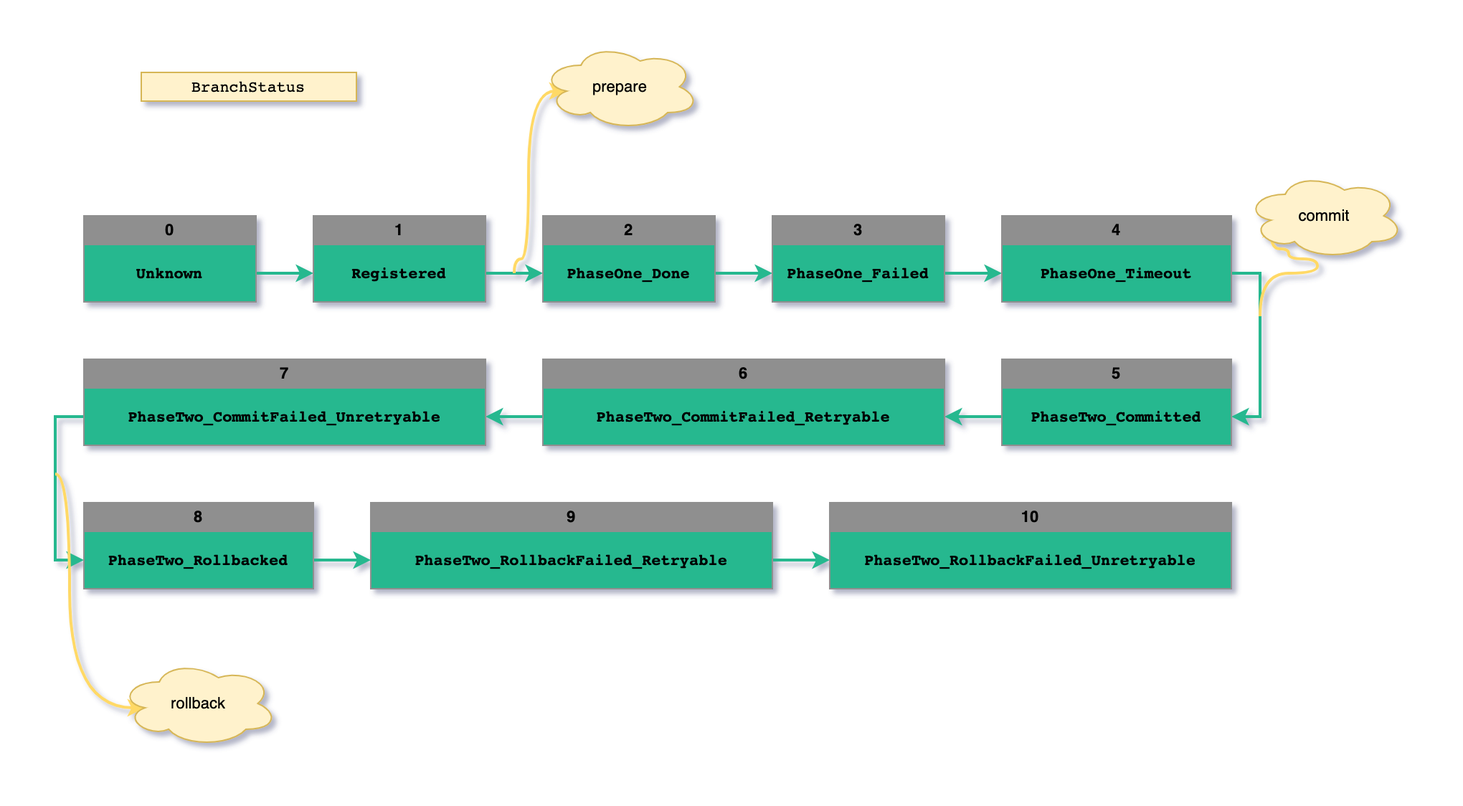
Before: seata/images/seata-BranchStatus.png, a diagram exported from draw.io (web1992/read). Source tidied: cells renumbered, new cells last; positions are measured from the earlier drawing's top-left corner, leaving out a move shared by most shapes.
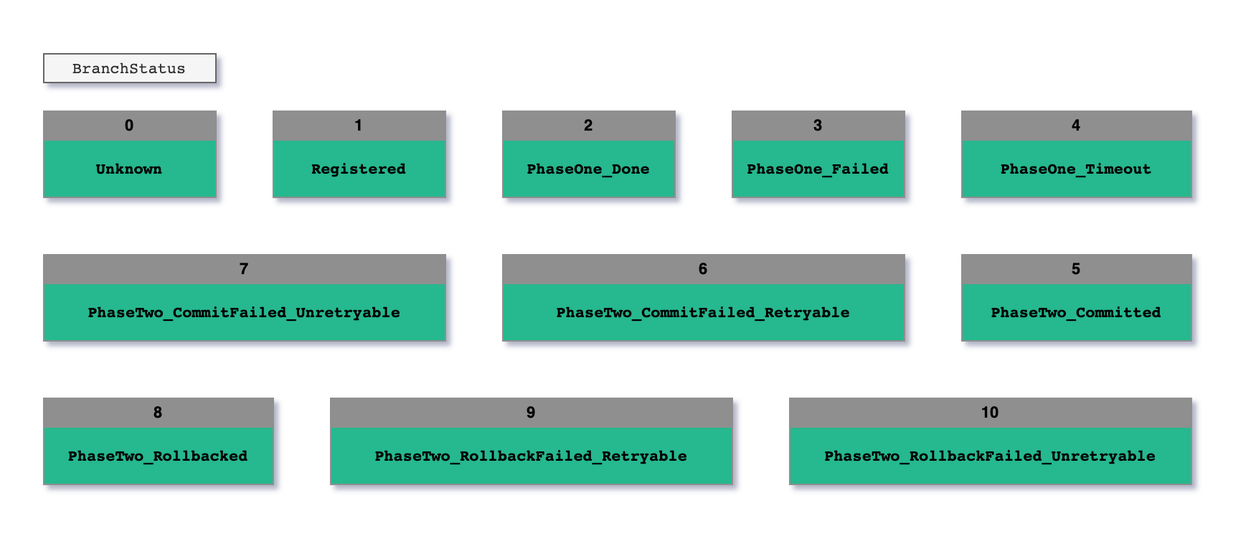
The same diagram one commit later.

Commit message:
add seata imgaes

The edit, as a diff of the source:
```diff
@@ -2,94 +2,33 @@
   <root>
     <mxCell id="0" />
     <mxCell id="1" parent="0" />
-    <mxCell id="2" style="edgeStyle=orthogonalEdgeStyle;rounded=0;jettySize=auto;html=1;exitX=1;exitY=0.5;exitDx=0;exitDy=0;entryX=0;entryY=0.5;entryDx=0;entryDy=0;fontColor=#000000;startArrow=none;startFill=0;strokeWidth=2;strokeColor=#25B88F;fontStyle=1;fontSize=11;" parent="1" edge="1" source="3" target="6">
-      <mxGeometry relative="1" as="geometry" />
-    </mxCell>
     <mxCell id="3" value="&lt;pre style=&quot;font-family: &amp;quot;jetbrains mono&amp;quot;, monospace; font-size: 11px;&quot;&gt;&lt;span style=&quot;font-size: 11px;&quot;&gt;Unknown&lt;/span&gt;&lt;/pre&gt;" style="rounded=0;whiteSpace=wrap;html=1;labelBackgroundColor=none;strokeColor=#8F8F8F;strokeWidth=1;fillColor=#25B88F;fontStyle=1;fontSize=11;" parent="1" vertex="1">
       <mxGeometry x="20" y="140" width="120" height="40" as="geometry" />
     </mxCell>
-    <mxCell id="4" style="edgeStyle=orthogonalEdgeStyle;rounded=0;jettySize=auto;html=1;exitX=1;exitY=0.5;exitDx=0;exitDy=0;entryX=0;entryY=0.5;entryDx=0;entryDy=0;fontColor=#000000;startArrow=none;startFill=0;strokeWidth=2;strokeColor=#25B88F;fontStyle=1;fontSize=11;" parent="1" edge="1" source="6" target="8">
-      <mxGeometry relative="1" as="geometry" />
-    </mxCell>
-    <mxCell id="5" style="edgeStyle=orthogonalEdgeStyle;rounded=0;jettySize=auto;html=1;entryX=0.16;entryY=0.55;entryDx=0;entryDy=0;entryPerimeter=0;fontColor=#000000;startArrow=none;startFill=0;strokeWidth=2;curved=1;strokeColor=#FFD966;fontSize=11;" parent="1" edge="1" target="37">
-      <mxGeometry relative="1" as="geometry">
-        <mxPoint x="320" y="160" as="sourcePoint" />
-        <Array as="points">
-          <mxPoint x="330" y="150" />
-          <mxPoint x="330" y="33" />
-        </Array>
-      </mxGeometry>
-    </mxCell>
     <mxCell id="6" value="&lt;pre style=&quot;font-family: &amp;quot;jetbrains mono&amp;quot;, monospace; font-size: 11px;&quot;&gt;&lt;pre style=&quot;font-family: &amp;quot;jetbrains mono&amp;quot;, monospace; font-size: 11px;&quot;&gt;&lt;span style=&quot;font-size: 11px;&quot;&gt;Registered&lt;/span&gt;&lt;/pre&gt;&lt;/pre&gt;" style="rounded=0;whiteSpace=wrap;html=1;labelBackgroundColor=none;strokeColor=#8F8F8F;strokeWidth=1;fillColor=#25B88F;fontStyle=1;fontSize=11;" parent="1" vertex="1">
       <mxGeometry x="180" y="140" width="120" height="40" as="geometry" />
     </mxCell>
-    <mxCell id="7" style="edgeStyle=orthogonalEdgeStyle;rounded=0;jettySize=auto;html=1;exitX=1;exitY=0.5;exitDx=0;exitDy=0;entryX=0;entryY=0.5;entryDx=0;entryDy=0;fontColor=#000000;startArrow=none;startFill=0;strokeWidth=2;strokeColor=#25B88F;fontStyle=1;fontSize=11;" parent="1" edge="1" source="8" target="10">
-      <mxGeometry relative="1" as="geometry" />
-    </mxCell>
     <mxCell id="8" value="&lt;pre style=&quot;font-family: &amp;quot;jetbrains mono&amp;quot;, monospace; font-size: 11px;&quot;&gt;&lt;pre style=&quot;font-family: &amp;quot;jetbrains mono&amp;quot;, monospace; font-size: 11px;&quot;&gt;&lt;pre style=&quot;font-family: &amp;quot;jetbrains mono&amp;quot;, monospace; font-size: 11px;&quot;&gt;&lt;span style=&quot;font-size: 11px;&quot;&gt;PhaseOne_Done&lt;/span&gt;&lt;/pre&gt;&lt;/pre&gt;&lt;/pre&gt;" style="rounded=0;whiteSpace=wrap;html=1;labelBackgroundColor=none;strokeColor=#8F8F8F;strokeWidth=1;fillColor=#25B88F;fontStyle=1;fontSize=11;" parent="1" vertex="1">
       <mxGeometry x="340" y="140" width="120" height="40" as="geometry" />
     </mxCell>
-    <mxCell id="9" style="edgeStyle=orthogonalEdgeStyle;rounded=0;jettySize=auto;html=1;exitX=1;exitY=0.5;exitDx=0;exitDy=0;fontColor=#000000;startArrow=none;startFill=0;strokeWidth=2;strokeColor=#25B88F;fontStyle=1;fontSize=11;" parent="1" edge="1" source="10" target="12">
-      <mxGeometry relative="1" as="geometry" />
-    </mxCell>
     <mxCell id="10" value="&lt;pre style=&quot;font-family: &amp;quot;jetbrains mono&amp;quot;, monospace; font-size: 11px;&quot;&gt;&lt;pre style=&quot;font-family: &amp;quot;jetbrains mono&amp;quot;, monospace; font-size: 11px;&quot;&gt;&lt;pre style=&quot;font-family: &amp;quot;jetbrains mono&amp;quot;, monospace; font-size: 11px;&quot;&gt;&lt;pre style=&quot;font-family: &amp;quot;jetbrains mono&amp;quot;, monospace; font-size: 11px;&quot;&gt;&lt;span style=&quot;font-size: 11px;&quot;&gt;PhaseOne_Failed&lt;/span&gt;&lt;/pre&gt;&lt;/pre&gt;&lt;/pre&gt;&lt;/pre&gt;" style="rounded=0;whiteSpace=wrap;html=1;labelBackgroundColor=none;strokeColor=#8F8F8F;strokeWidth=1;fillColor=#25B88F;fontStyle=1;fontSize=11;" parent="1" vertex="1">
       <mxGeometry x="500" y="140" width="120" height="40" as="geometry" />
     </mxCell>
-    <mxCell id="11" style="edgeStyle=orthogonalEdgeStyle;rounded=0;jettySize=auto;html=1;exitX=1;exitY=0.5;exitDx=0;exitDy=0;entryX=1;entryY=0.5;entryDx=0;entryDy=0;fontColor=#000000;startArrow=none;startFill=0;strokeWidth=2;strokeColor=#25B88F;fontStyle=1;fontSize=11;" parent="1" edge="1" source="12" target="15">
-      <mxGeometry relative="1" as="geometry" />
-    </mxCell>
     <mxCell id="12" value="&lt;pre style=&quot;font-family: &amp;quot;jetbrains mono&amp;quot;, monospace; font-size: 11px;&quot;&gt;&lt;pre style=&quot;font-family: &amp;quot;jetbrains mono&amp;quot;, monospace; font-size: 11px;&quot;&gt;&lt;pre style=&quot;font-family: &amp;quot;jetbrains mono&amp;quot;, monospace; font-size: 11px;&quot;&gt;&lt;pre style=&quot;font-family: &amp;quot;jetbrains mono&amp;quot;, monospace; font-size: 11px;&quot;&gt;&lt;pre style=&quot;font-family: &amp;quot;jetbrains mono&amp;quot;, monospace; font-size: 11px;&quot;&gt;&lt;span style=&quot;font-size: 11px;&quot;&gt;PhaseOne_Timeout&lt;/span&gt;&lt;/pre&gt;&lt;/pre&gt;&lt;/pre&gt;&lt;/pre&gt;&lt;/pre&gt;" style="rounded=0;whiteSpace=wrap;html=1;labelBackgroundColor=none;strokeColor=#8F8F8F;strokeWidth=1;fillColor=#25B88F;fontStyle=1;fontSize=11;" parent="1" vertex="1">
       <mxGeometry x="660" y="140" width="160" height="40" as="geometry" />
     </mxCell>
-    <mxCell id="13" style="edgeStyle=orthogonalEdgeStyle;rounded=0;jettySize=auto;html=1;exitX=0;exitY=0.5;exitDx=0;exitDy=0;fontColor=#000000;startArrow=none;startFill=0;strokeWidth=2;strokeColor=#25B88F;fontStyle=1;fontSize=11;" parent="1" edge="1" source="15" target="17">
-      <mxGeometry relative="1" as="geometry" />
-    </mxCell>
-    <mxCell id="14" style="edgeStyle=orthogonalEdgeStyle;curved=1;rounded=0;jettySize=auto;html=1;entryX=0.16;entryY=0.55;entryDx=0;entryDy=0;entryPerimeter=0;fontColor=#000000;startArrow=none;startFill=0;strokeColor=#FFD966;strokeWidth=2;fontSize=11;" parent="1" edge="1" target="38">
-      <mxGeometry relative="1" as="geometry">
-        <mxPoint x="840" y="190" as="sourcePoint" />
-        <Array as="points">
-          <mxPoint x="840" y="160" />
-          <mxPoint x="880" y="160" />
-          <mxPoint x="880" y="150" />
-          <mxPoint x="860" y="150" />
-          <mxPoint x="860" y="143" />
-          <mxPoint x="848" y="143" />
-        </Array>
-      </mxGeometry>
-    </mxCell>
     <mxCell id="15" value="&lt;pre style=&quot;font-family: &amp;quot;jetbrains mono&amp;quot;, monospace; font-size: 11px;&quot;&gt;&lt;pre style=&quot;font-family: &amp;quot;jetbrains mono&amp;quot;, monospace; font-size: 11px;&quot;&gt;&lt;pre style=&quot;font-family: &amp;quot;jetbrains mono&amp;quot;, monospace; font-size: 11px;&quot;&gt;&lt;pre style=&quot;font-family: &amp;quot;jetbrains mono&amp;quot;, monospace; font-size: 11px;&quot;&gt;&lt;pre style=&quot;font-family: &amp;quot;jetbrains mono&amp;quot;, monospace; font-size: 11px;&quot;&gt;&lt;pre style=&quot;font-family: &amp;quot;jetbrains mono&amp;quot;, monospace; font-size: 11px;&quot;&gt;&lt;span style=&quot;font-size: 11px;&quot;&gt;PhaseTwo_Committed&lt;/span&gt;&lt;/pre&gt;&lt;/pre&gt;&lt;/pre&gt;&lt;/pre&gt;&lt;/pre&gt;&lt;/pre&gt;" style="rounded=0;whiteSpace=wrap;html=1;labelBackgroundColor=none;strokeColor=#8F8F8F;strokeWidth=1;fillColor=#25B88F;fontStyle=1;fontSize=11;" parent="1" vertex="1">
       <mxGeometry x="660" y="240" width="160" height="40" as="geometry" />
     </mxCell>
-    <mxCell id="16" style="edgeStyle=orthogonalEdgeStyle;rounded=0;jettySize=auto;html=1;exitX=0;exitY=0.5;exitDx=0;exitDy=0;entryX=1;entryY=0.5;entryDx=0;entryDy=0;fontColor=#000000;startArrow=none;startFill=0;strokeWidth=2;strokeColor=#25B88F;fontStyle=1;fontSize=11;" parent="1" edge="1" source="17" target="20">
-      <mxGeometry relative="1" as="geometry" />
-    </mxCell>
     <mxCell id="17" value="&lt;pre style=&quot;font-family: &amp;quot;jetbrains mono&amp;quot;, monospace; font-size: 11px;&quot;&gt;&lt;pre style=&quot;font-family: &amp;quot;jetbrains mono&amp;quot;, monospace; font-size: 11px;&quot;&gt;&lt;pre style=&quot;font-family: &amp;quot;jetbrains mono&amp;quot;, monospace; font-size: 11px;&quot;&gt;&lt;pre style=&quot;font-family: &amp;quot;jetbrains mono&amp;quot;, monospace; font-size: 11px;&quot;&gt;&lt;pre style=&quot;font-family: &amp;quot;jetbrains mono&amp;quot;, monospace; font-size: 11px;&quot;&gt;&lt;pre style=&quot;font-family: &amp;quot;jetbrains mono&amp;quot;, monospace; font-size: 11px;&quot;&gt;&lt;pre style=&quot;font-family: &amp;quot;jetbrains mono&amp;quot;, monospace; font-size: 11px;&quot;&gt;&lt;span style=&quot;font-size: 11px;&quot;&gt;PhaseTwo_CommitFailed_Retryable&lt;/span&gt;&lt;/pre&gt;&lt;/pre&gt;&lt;/pre&gt;&lt;/pre&gt;&lt;/pre&gt;&lt;/pre&gt;&lt;/pre&gt;" style="rounded=0;whiteSpace=wrap;html=1;labelBackgroundColor=none;strokeColor=#8F8F8F;strokeWidth=1;fillColor=#25B88F;fontStyle=1;fontSize=11;" parent="1" vertex="1">
       <mxGeometry x="340" y="240" width="280" height="40" as="geometry" />
     </mxCell>
-    <mxCell id="18" style="edgeStyle=orthogonalEdgeStyle;rounded=0;jettySize=auto;html=1;exitX=0;exitY=0.5;exitDx=0;exitDy=0;entryX=0;entryY=0.5;entryDx=0;entryDy=0;fontColor=#000000;startArrow=none;startFill=0;strokeWidth=2;strokeColor=#25B88F;fontStyle=1;fontSize=11;" parent="1" edge="1" source="20" target="22">
-      <mxGeometry relative="1" as="geometry" />
-    </mxCell>
-    <mxCell id="19" style="edgeStyle=orthogonalEdgeStyle;curved=1;rounded=0;jettySize=auto;html=1;entryX=0.16;entryY=0.55;entryDx=0;entryDy=0;entryPerimeter=0;fontColor=#000000;startArrow=none;startFill=0;strokeColor=#FFD966;strokeWidth=2;fontSize=11;" parent="1" edge="1" target="39">
-      <mxGeometry relative="1" as="geometry">
-        <mxPoint y="300" as="sourcePoint" />
-        <Array as="points">
-          <mxPoint x="10" y="300" />
-          <mxPoint x="10" y="463" />
-        </Array>
-      </mxGeometry>
-    </mxCell>
     <mxCell id="20" value="&lt;pre style=&quot;font-family: &amp;quot;jetbrains mono&amp;quot;, monospace; font-size: 11px;&quot;&gt;&lt;pre style=&quot;font-family: &amp;quot;jetbrains mono&amp;quot;, monospace; font-size: 11px;&quot;&gt;&lt;pre style=&quot;font-family: &amp;quot;jetbrains mono&amp;quot;, monospace; font-size: 11px;&quot;&gt;&lt;pre style=&quot;font-family: &amp;quot;jetbrains mono&amp;quot;, monospace; font-size: 11px;&quot;&gt;&lt;pre style=&quot;font-family: &amp;quot;jetbrains mono&amp;quot;, monospace; font-size: 11px;&quot;&gt;&lt;pre style=&quot;font-family: &amp;quot;jetbrains mono&amp;quot;, monospace; font-size: 11px;&quot;&gt;&lt;pre style=&quot;font-family: &amp;quot;jetbrains mono&amp;quot;, monospace; font-size: 11px;&quot;&gt;&lt;pre style=&quot;font-family: &amp;quot;jetbrains mono&amp;quot;, monospace; font-size: 11px;&quot;&gt;&lt;span style=&quot;font-size: 11px;&quot;&gt;PhaseTwo_CommitFailed_Unretryable&lt;/span&gt;&lt;/pre&gt;&lt;/pre&gt;&lt;/pre&gt;&lt;/pre&gt;&lt;/pre&gt;&lt;/pre&gt;&lt;/pre&gt;&lt;/pre&gt;" style="rounded=0;whiteSpace=wrap;html=1;labelBackgroundColor=none;strokeColor=#8F8F8F;strokeWidth=1;fillColor=#25B88F;fontStyle=1;fontSize=11;" parent="1" vertex="1">
       <mxGeometry x="20" y="240" width="280" height="40" as="geometry" />
     </mxCell>
-    <mxCell id="21" style="edgeStyle=orthogonalEdgeStyle;rounded=0;jettySize=auto;html=1;exitX=1;exitY=0.5;exitDx=0;exitDy=0;entryX=0;entryY=0.5;entryDx=0;entryDy=0;fontColor=#000000;startArrow=none;startFill=0;strokeWidth=2;strokeColor=#25B88F;fontStyle=1;fontSize=11;" parent="1" edge="1" source="22" target="24">
-      <mxGeometry relative="1" as="geometry" />
-    </mxCell>
     <mxCell id="22" value="&lt;pre style=&quot;font-family: &amp;quot;jetbrains mono&amp;quot;, monospace; font-size: 11px;&quot;&gt;&lt;pre style=&quot;font-family: &amp;quot;jetbrains mono&amp;quot;, monospace; font-size: 11px;&quot;&gt;&lt;pre style=&quot;font-family: &amp;quot;jetbrains mono&amp;quot;, monospace; font-size: 11px;&quot;&gt;&lt;pre style=&quot;font-family: &amp;quot;jetbrains mono&amp;quot;, monospace; font-size: 11px;&quot;&gt;&lt;pre style=&quot;font-family: &amp;quot;jetbrains mono&amp;quot;, monospace; font-size: 11px;&quot;&gt;&lt;pre style=&quot;font-family: &amp;quot;jetbrains mono&amp;quot;, monospace; font-size: 11px;&quot;&gt;&lt;pre style=&quot;font-family: &amp;quot;jetbrains mono&amp;quot;, monospace; font-size: 11px;&quot;&gt;&lt;pre style=&quot;font-family: &amp;quot;jetbrains mono&amp;quot;, monospace; font-size: 11px;&quot;&gt;&lt;pre style=&quot;font-family: &amp;quot;jetbrains mono&amp;quot;, monospace; font-size: 11px;&quot;&gt;&lt;span style=&quot;font-size: 11px;&quot;&gt;PhaseTwo_Rollbacked&lt;/span&gt;&lt;/pre&gt;&lt;/pre&gt;&lt;/pre&gt;&lt;/pre&gt;&lt;/pre&gt;&lt;/pre&gt;&lt;/pre&gt;&lt;/pre&gt;&lt;/pre&gt;" style="rounded=0;whiteSpace=wrap;html=1;labelBackgroundColor=none;strokeColor=#8F8F8F;strokeWidth=1;fillColor=#25B88F;fontStyle=1;fontSize=11;" parent="1" vertex="1">
       <mxGeometry x="20" y="340" width="160" height="40" as="geometry" />
     </mxCell>
-    <mxCell id="23" style="edgeStyle=orthogonalEdgeStyle;rounded=0;jettySize=auto;html=1;exitX=1;exitY=0.5;exitDx=0;exitDy=0;fontColor=#000000;startArrow=none;startFill=0;strokeWidth=2;strokeColor=#25B88F;fontStyle=1;fontSize=11;" parent="1" edge="1" source="24" target="25">
-      <mxGeometry relative="1" as="geometry" />
-    </mxCell>
     <mxCell id="24" value="&lt;pre style=&quot;font-family: &amp;quot;jetbrains mono&amp;quot;, monospace; font-size: 11px;&quot;&gt;&lt;pre style=&quot;font-family: &amp;quot;jetbrains mono&amp;quot;, monospace; font-size: 11px;&quot;&gt;&lt;pre style=&quot;font-family: &amp;quot;jetbrains mono&amp;quot;, monospace; font-size: 11px;&quot;&gt;&lt;pre style=&quot;font-family: &amp;quot;jetbrains mono&amp;quot;, monospace; font-size: 11px;&quot;&gt;&lt;pre style=&quot;font-family: &amp;quot;jetbrains mono&amp;quot;, monospace; font-size: 11px;&quot;&gt;&lt;pre style=&quot;font-family: &amp;quot;jetbrains mono&amp;quot;, monospace; font-size: 11px;&quot;&gt;&lt;pre style=&quot;font-family: &amp;quot;jetbrains mono&amp;quot;, monospace; font-size: 11px;&quot;&gt;&lt;pre style=&quot;font-family: &amp;quot;jetbrains mono&amp;quot;, monospace; font-size: 11px;&quot;&gt;&lt;pre style=&quot;font-family: &amp;quot;jetbrains mono&amp;quot;, monospace; font-size: 11px;&quot;&gt;&lt;pre style=&quot;font-family: &amp;quot;jetbrains mono&amp;quot;, monospace; font-size: 11px;&quot;&gt;&lt;span style=&quot;font-size: 11px;&quot;&gt;PhaseTwo_RollbackFailed_Retryable&lt;/span&gt;&lt;/pre&gt;&lt;/pre&gt;&lt;/pre&gt;&lt;/pre&gt;&lt;/pre&gt;&lt;/pre&gt;&lt;/pre&gt;&lt;/pre&gt;&lt;/pre&gt;&lt;/pre&gt;" style="rounded=0;whiteSpace=wrap;html=1;labelBackgroundColor=none;strokeColor=#8F8F8F;strokeWidth=1;fillColor=#25B88F;fontStyle=1;fontSize=11;" parent="1" vertex="1">
       <mxGeometry x="220" y="340" width="280" height="40" as="geometry" />
     </mxCell>
@@ -129,17 +68,8 @@
     <mxCell id="36" value="10" style="text;html=1;align=center;verticalAlign=middle;whiteSpace=wrap;rounded=0;labelBackgroundColor=none;fillColor=#8F8F8F;strokeColor=#8F8F8F;fontStyle=1;fontSize=11;" parent="1" vertex="1">
       <mxGeometry x="540" y="320" width="280" height="20" as="geometry" />
     </mxCell>
-    <mxCell id="37" value="prepare" style="ellipse;shape=cloud;whiteSpace=wrap;html=1;labelBackgroundColor=none;strokeColor=#d6b656;strokeWidth=1;fillColor=#fff2cc;fontSize=11;" parent="1" vertex="1">
-      <mxGeometry x="339" width="110" height="60" as="geometry" />
-    </mxCell>
-    <mxCell id="38" value="commit" style="ellipse;shape=cloud;whiteSpace=wrap;html=1;labelBackgroundColor=none;strokeColor=#d6b656;strokeWidth=1;fillColor=#fff2cc;fontSize=11;" parent="1" vertex="1">
-      <mxGeometry x="830" y="90" width="110" height="60" as="geometry" />
-    </mxCell>
-    <mxCell id="39" value="rollback" style="ellipse;shape=cloud;whiteSpace=wrap;html=1;labelBackgroundColor=none;strokeColor=#d6b656;strokeWidth=1;fillColor=#fff2cc;fontSize=11;" parent="1" vertex="1">
-      <mxGeometry x="45" y="430" width="110" height="60" as="geometry" />
-    </mxCell>
-    <mxCell id="40" value="&lt;pre style=&quot;font-family: &amp;quot;jetbrains mono&amp;quot;, monospace; font-size: 11px;&quot;&gt;BranchStatus&lt;/pre&gt;" style="text;html=1;strokeColor=#d6b656;fillColor=#fff2cc;align=center;verticalAlign=middle;whiteSpace=wrap;rounded=0;labelBackgroundColor=none;fontSize=11;" parent="1" vertex="1">
-      <mxGeometry x="60" y="20" width="150" height="20" as="geometry" />
+    <mxCell id="40" value="&lt;pre style=&quot;font-family: &amp;quot;jetbrains mono&amp;quot;, monospace; font-size: 11px;&quot;&gt;BranchStatus&lt;/pre&gt;" style="text;html=1;strokeColor=#666666;fillColor=#f5f5f5;align=center;verticalAlign=middle;whiteSpace=wrap;rounded=0;labelBackgroundColor=none;fontSize=11;fontColor=#333333;" parent="1" vertex="1">
+      <mxGeometry x="20" y="80" width="120" height="20" as="geometry" />
     </mxCell>
   </root>
 </mxGraphModel>
```
